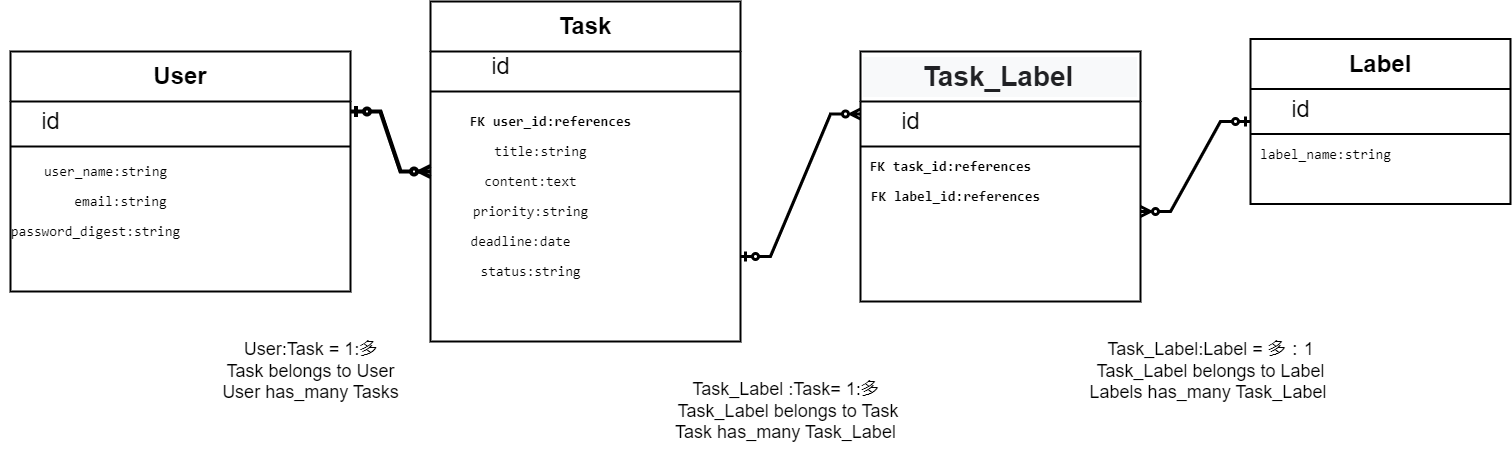
The draw.io diagram docs/modify#1.png in sakanann/dic_manyoukadai, before a commit. Source tidied: cells renumbered, new cells last; positions are measured from the earlier drawing's top-left corner, leaving out a move shared by most shapes.
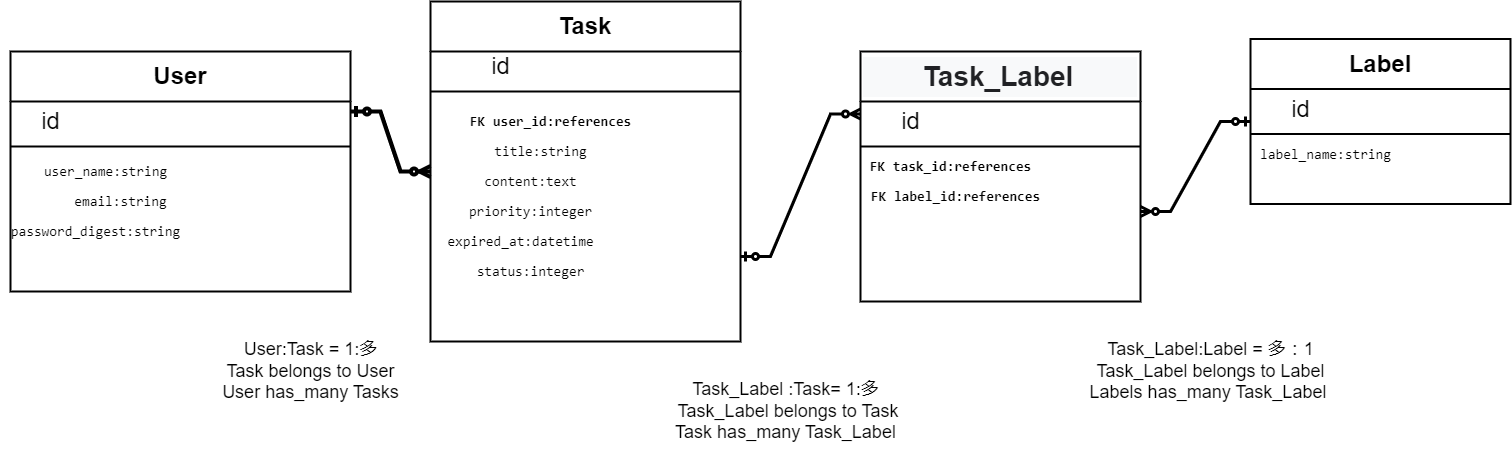
The same file after the commit.

Commit message:
docs tasksテーブル設計変更

Diff of the diagram source:
```diff
@@ -71,17 +71,17 @@
     <mxCell id="24" value="&lt;div style=&quot;font-family: Consolas, &amp;quot;Courier New&amp;quot;, monospace; font-size: 14px; line-height: 19px;&quot;&gt;title:string&lt;/div&gt;" style="text;html=1;align=center;verticalAlign=middle;strokeColor=none;fillColor=none;fontSize=10;fontColor=#000000;labelBackgroundColor=none;" parent="1" vertex="1">
       <mxGeometry x="480" y="135" width="120" height="30" as="geometry" />
     </mxCell>
-    <mxCell id="25" value="&lt;div style=&quot;font-family: Consolas, &amp;quot;Courier New&amp;quot;, monospace; font-size: 14px; line-height: 19px;&quot;&gt;priority:string&lt;/div&gt;" style="text;html=1;align=center;verticalAlign=middle;strokeColor=none;fillColor=none;fontSize=10;fontColor=#000000;labelBackgroundColor=none;" parent="1" vertex="1">
-      <mxGeometry x="460" y="195" width="140" height="30" as="geometry" />
+    <mxCell id="25" value="&lt;div style=&quot;font-family: Consolas, &amp;quot;Courier New&amp;quot;, monospace; font-size: 14px; line-height: 19px;&quot;&gt;priority:integer&lt;/div&gt;" style="text;html=1;align=center;verticalAlign=middle;strokeColor=none;fillColor=none;fontSize=10;fontColor=#000000;labelBackgroundColor=none;" parent="1" vertex="1">
+      <mxGeometry x="455" y="195" width="150" height="30" as="geometry" />
     </mxCell>
     <mxCell id="26" value="&lt;div style=&quot;font-family: Consolas, &amp;quot;Courier New&amp;quot;, monospace; font-size: 14px; line-height: 19px;&quot;&gt;content:text&lt;/div&gt;" style="text;html=1;align=center;verticalAlign=middle;strokeColor=none;fillColor=none;fontSize=10;fontColor=#000000;labelBackgroundColor=none;" parent="1" vertex="1">
       <mxGeometry x="470" y="165" width="120" height="30" as="geometry" />
     </mxCell>
-    <mxCell id="27" value="&lt;div style=&quot;font-family: Consolas, &amp;quot;Courier New&amp;quot;, monospace; font-size: 14px; line-height: 19px;&quot;&gt;deadline:date&lt;/div&gt;" style="text;html=1;align=center;verticalAlign=middle;strokeColor=none;fillColor=none;fontSize=10;fontColor=#000000;labelBackgroundColor=none;" parent="1" vertex="1">
-      <mxGeometry x="460" y="225" width="120" height="30" as="geometry" />
+    <mxCell id="27" value="&lt;div style=&quot;font-family: Consolas, &amp;quot;Courier New&amp;quot;, monospace; font-size: 14px; line-height: 19px;&quot;&gt;expired_at:datetime&lt;/div&gt;" style="text;html=1;align=center;verticalAlign=middle;strokeColor=none;fillColor=none;fontSize=10;fontColor=#000000;labelBackgroundColor=none;" parent="1" vertex="1">
+      <mxGeometry x="435" y="225" width="170" height="30" as="geometry" />
     </mxCell>
-    <mxCell id="28" value="&lt;div style=&quot;font-family: Consolas, &amp;quot;Courier New&amp;quot;, monospace; font-size: 14px; line-height: 19px;&quot;&gt;status:string&lt;/div&gt;" style="text;html=1;align=center;verticalAlign=middle;strokeColor=none;fillColor=none;fontSize=10;fontColor=#000000;labelBackgroundColor=none;" parent="1" vertex="1">
-      <mxGeometry x="470" y="255" width="120" height="30" as="geometry" />
+    <mxCell id="28" value="&lt;div style=&quot;font-family: Consolas, &amp;quot;Courier New&amp;quot;, monospace; font-size: 14px; line-height: 19px;&quot;&gt;status:integer&lt;/div&gt;" style="text;html=1;align=center;verticalAlign=middle;strokeColor=none;fillColor=none;fontSize=10;fontColor=#000000;labelBackgroundColor=none;" parent="1" vertex="1">
+      <mxGeometry x="465" y="255" width="130" height="30" as="geometry" />
     </mxCell>
     <mxCell id="29" style="edgeStyle=entityRelationEdgeStyle;fontSize=12;html=1;endArrow=ERzeroToOne;startArrow=ERzeroToMany;rounded=0;strokeWidth=3;elbow=vertical;entryX=0;entryY=0.5;entryDx=0;entryDy=0;startFill=0;endFill=0;" parent="1" edge="1" target="9">
       <mxGeometry relative="1" as="geometry">
```
